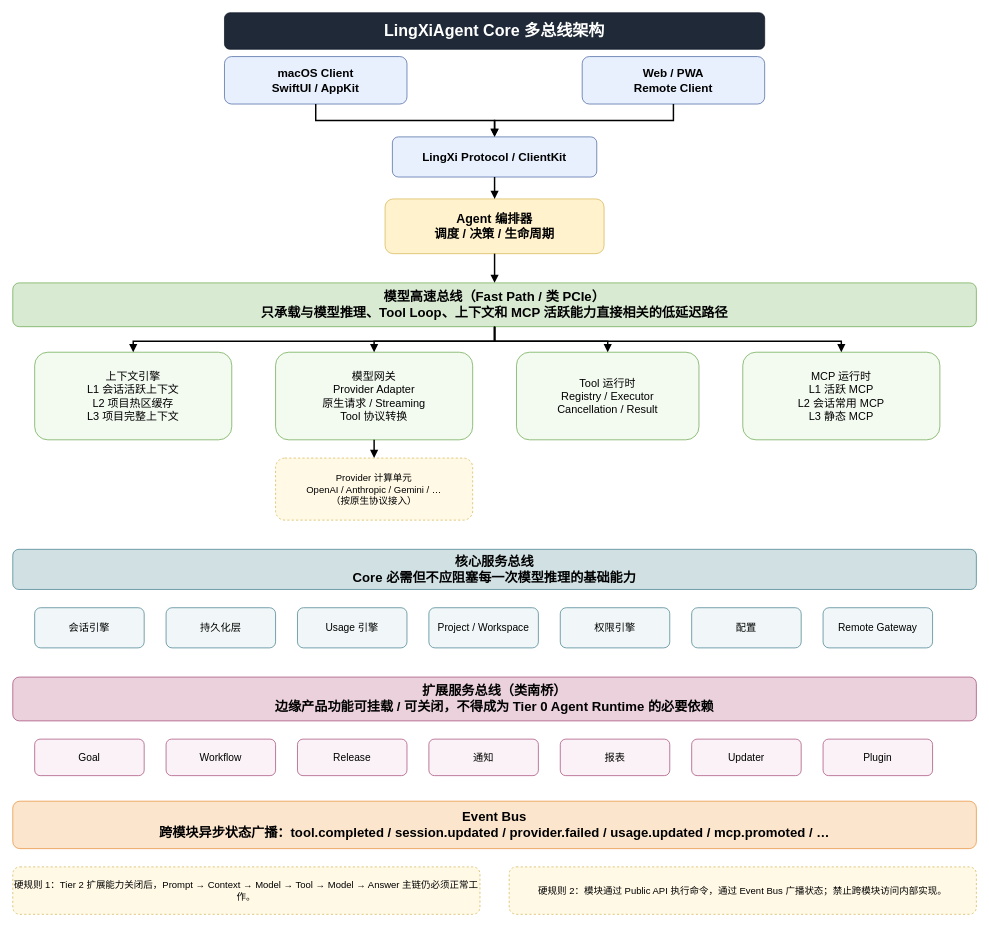
This is Docs/Architecture/LingXiAgent-多总线架构.drawio from LingXiFox/LingXiAgent, a draw.io file, before an edit. Source tidied: cells renumbered, new cells numbered last; positions are measured from the earlier drawing's top-left corner, leaving out a move shared by most shapes. Both pictures are drawn from the tidied source at 73%, with x=0, y=0 at pixel (12, 12).
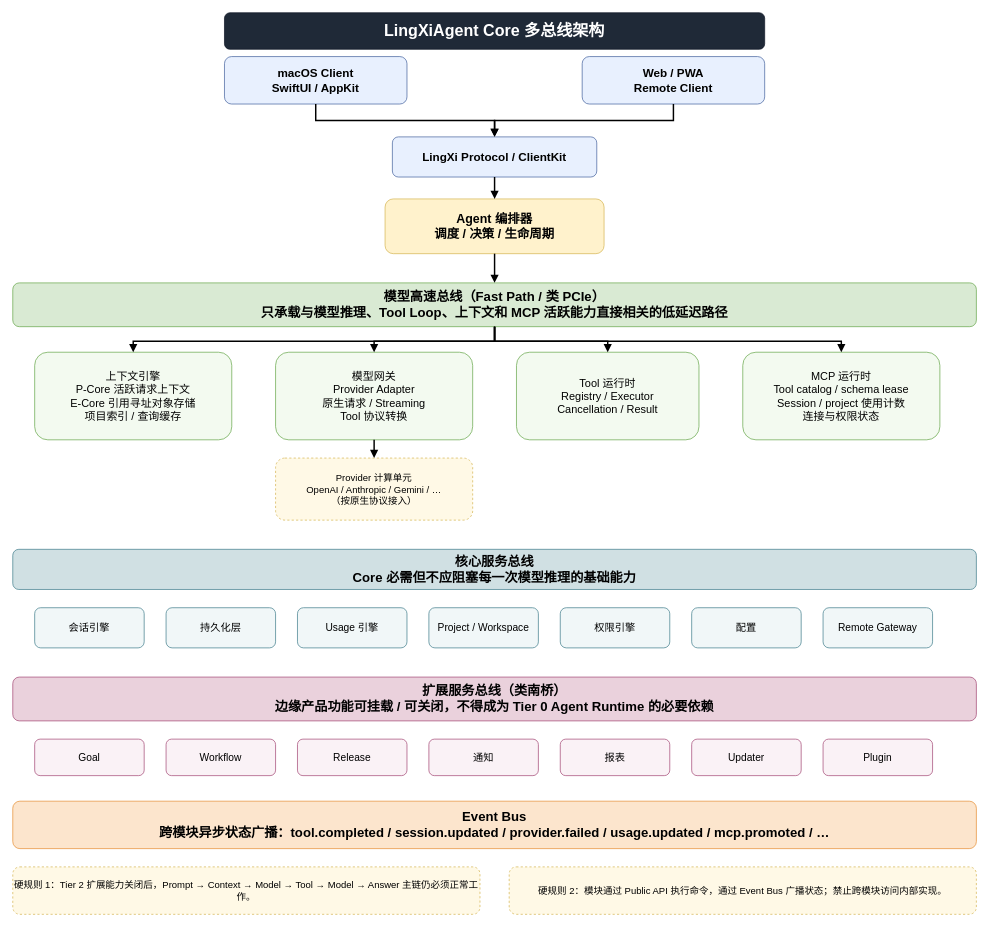
The same diagram, later.

Change to the diagram source:
```diff
@@
-    <mxCell id="8" value="上下文引擎&#10;L1 会话活跃上下文&#10;L2 项目热区缓存&#10;L3 项目完整上下文" style="rounded=1;whiteSpace=wrap;html=1;fillColor=#F3FAF0;strokeColor=#6AA84F;fontSize=15;" parent="1" vertex="1">
+    <mxCell id="8" value="上下文引擎&#10;P-Core 活跃请求上下文&#10;E-Core 引用寻址对象存储&#10;项目索引 / 查询缓存" style="rounded=1;whiteSpace=wrap;html=1;fillColor=#F3FAF0;strokeColor=#6AA84F;fontSize=15;" parent="1" vertex="1">
       <mxGeometry x="30" y="465" width="270" height="120" as="geometry" />
     </mxCell>
@@
-    <mxCell id="11" value="MCP 运行时&#10;L1 活跃 MCP&#10;L2 会话常用 MCP&#10;L3 静态 MCP" style="rounded=1;whiteSpace=wrap;html=1;fillColor=#F3FAF0;strokeColor=#6AA84F;fontSize=15;" parent="1" vertex="1">
+    <mxCell id="11" value="MCP 运行时&#10;Tool catalog / schema lease&#10;Session / project 使用计数&#10;连接与权限状态" style="rounded=1;whiteSpace=wrap;html=1;fillColor=#F3FAF0;strokeColor=#6AA84F;fontSize=15;" parent="1" vertex="1">
       <mxGeometry x="1000" y="465" width="270" height="120" as="geometry" />
     </mxCell>
```
